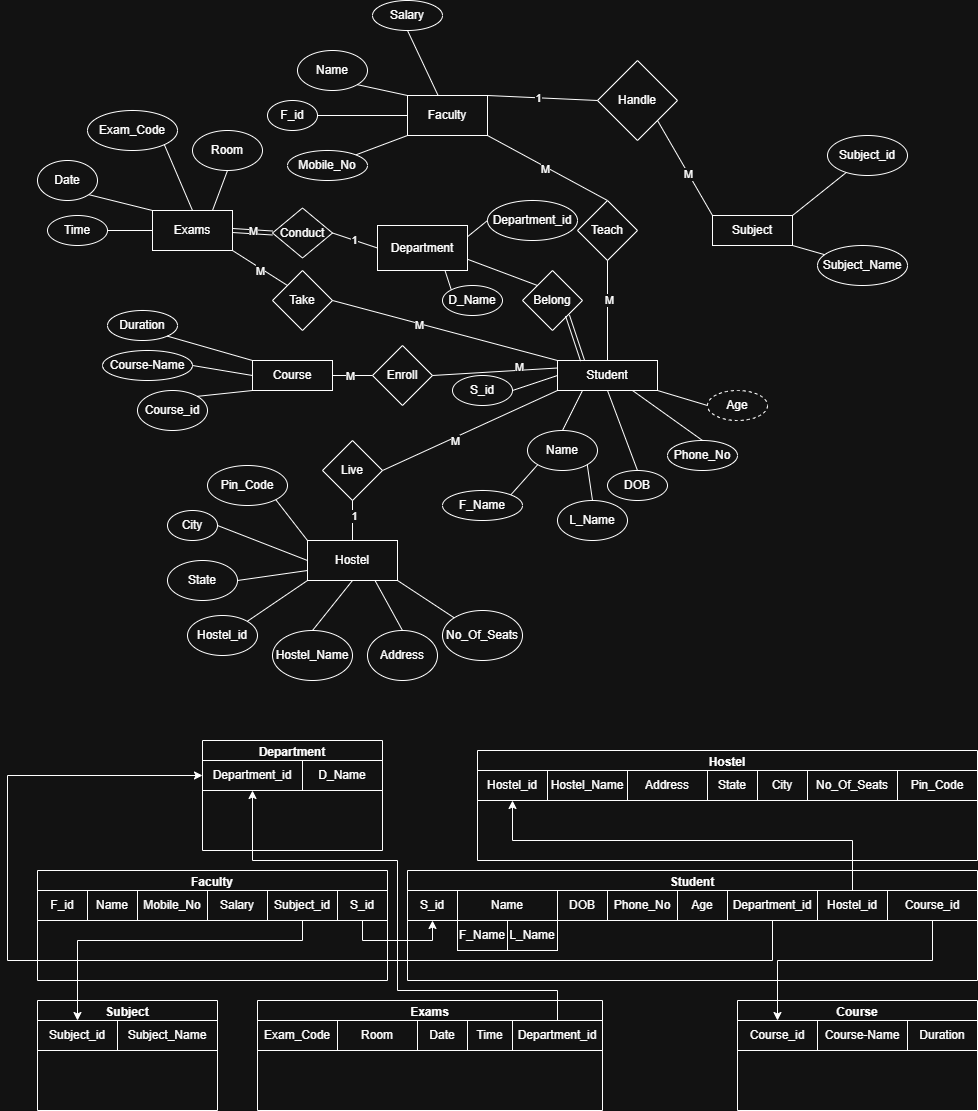
Above: ERD/CollegeERD&Mapping.drawio.png in HaroonAlQasmi/DataBaseLeaning (draw.io), before the change. Source tidied: cells renumbered, new cells last; positions are measured from the earlier drawing's top-left corner, leaving out a move shared by most shapes.
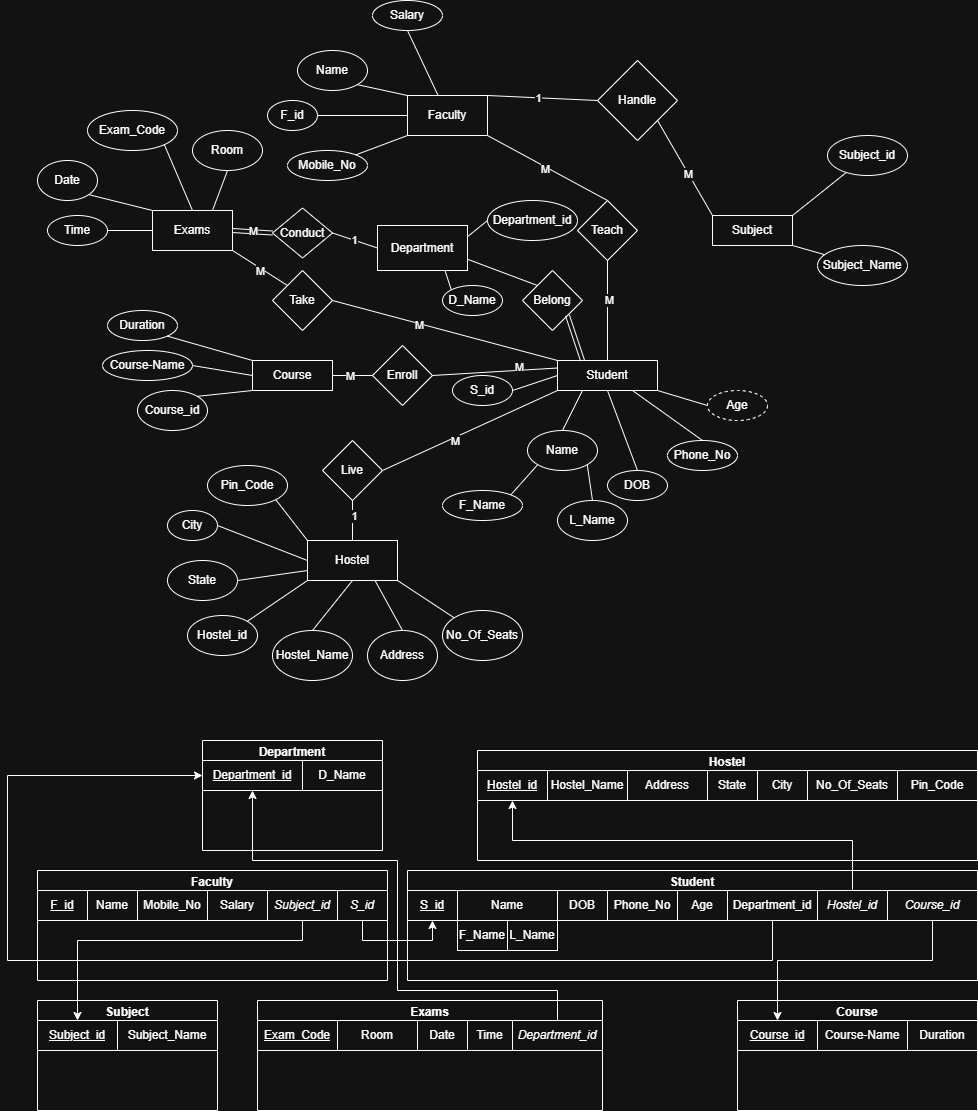
The same file after the commit.

Change to the diagram source:
```diff
@@ -302,7 +302,7 @@
     <mxCell id="101" value="Faculty" style="swimlane;whiteSpace=wrap;html=1;" parent="1" vertex="1">
       <mxGeometry x="30" y="870" width="350" height="110" as="geometry" />
     </mxCell>
-    <mxCell id="102" value="F_id" style="rounded=0;whiteSpace=wrap;html=1;" parent="101" vertex="1">
+    <mxCell id="102" value="&lt;u&gt;F_id&lt;/u&gt;" style="rounded=0;whiteSpace=wrap;html=1;" parent="101" vertex="1">
       <mxGeometry y="20" width="50" height="30" as="geometry" />
     </mxCell>
     <mxCell id="103" value="Name" style="rounded=0;whiteSpace=wrap;html=1;" parent="101" vertex="1">
@@ -314,16 +314,16 @@
     <mxCell id="105" value="Salary" style="rounded=0;whiteSpace=wrap;html=1;" parent="101" vertex="1">
       <mxGeometry x="170" y="20" width="60" height="30" as="geometry" />
     </mxCell>
-    <mxCell id="106" value="Subject_id" style="rounded=0;whiteSpace=wrap;html=1;" parent="101" vertex="1">
+    <mxCell id="106" value="&lt;i&gt;Subject_id&lt;/i&gt;" style="rounded=0;whiteSpace=wrap;html=1;" parent="101" vertex="1">
       <mxGeometry x="230" y="20" width="70" height="30" as="geometry" />
     </mxCell>
-    <mxCell id="107" value="S_id" style="rounded=0;whiteSpace=wrap;html=1;" parent="101" vertex="1">
+    <mxCell id="107" value="&lt;i&gt;S_id&lt;/i&gt;" style="rounded=0;whiteSpace=wrap;html=1;" parent="101" vertex="1">
       <mxGeometry x="300" y="20" width="50" height="30" as="geometry" />
     </mxCell>
     <mxCell id="108" value="Student" style="swimlane;whiteSpace=wrap;html=1;" parent="1" vertex="1">
       <mxGeometry x="400" y="870" width="570" height="110" as="geometry" />
     </mxCell>
-    <mxCell id="109" value="S_id" style="rounded=0;whiteSpace=wrap;html=1;" parent="108" vertex="1">
+    <mxCell id="109" value="&lt;u&gt;S_id&lt;/u&gt;" style="rounded=0;whiteSpace=wrap;html=1;" parent="108" vertex="1">
       <mxGeometry y="20" width="50" height="30" as="geometry" />
     </mxCell>
     <mxCell id="110" value="Name" style="rounded=0;whiteSpace=wrap;html=1;" parent="108" vertex="1">
@@ -347,16 +347,16 @@
     <mxCell id="116" value="Department_id" style="rounded=0;whiteSpace=wrap;html=1;" parent="108" vertex="1">
       <mxGeometry x="320" y="20" width="90" height="30" as="geometry" />
     </mxCell>
-    <mxCell id="117" value="Hostel_id" style="rounded=0;whiteSpace=wrap;html=1;" parent="108" vertex="1">
+    <mxCell id="117" value="&lt;i&gt;Hostel_id&lt;/i&gt;" style="rounded=0;whiteSpace=wrap;html=1;" parent="108" vertex="1">
       <mxGeometry x="410" y="20" width="70" height="30" as="geometry" />
     </mxCell>
-    <mxCell id="118" value="Course_id" style="rounded=0;whiteSpace=wrap;html=1;" parent="108" vertex="1">
+    <mxCell id="118" value="&lt;i&gt;Course_id&lt;/i&gt;" style="rounded=0;whiteSpace=wrap;html=1;" parent="108" vertex="1">
       <mxGeometry x="480" y="20" width="90" height="30" as="geometry" />
     </mxCell>
     <mxCell id="119" value="Department" style="swimlane;whiteSpace=wrap;html=1;" parent="1" vertex="1">
       <mxGeometry x="195" y="740" width="180" height="110" as="geometry" />
     </mxCell>
-    <mxCell id="120" value="Department_id" style="rounded=0;whiteSpace=wrap;html=1;" parent="119" vertex="1">
+    <mxCell id="120" value="&lt;u&gt;Department_id&lt;/u&gt;" style="rounded=0;whiteSpace=wrap;html=1;" parent="119" vertex="1">
       <mxGeometry y="20" width="100" height="30" as="geometry" />
     </mxCell>
     <mxCell id="121" value="D_Name" style="rounded=0;whiteSpace=wrap;html=1;" parent="119" vertex="1">
@@ -365,7 +365,7 @@
     <mxCell id="122" value="Course" style="swimlane;whiteSpace=wrap;html=1;" parent="1" vertex="1">
       <mxGeometry x="730" y="1000" width="240" height="110" as="geometry" />
     </mxCell>
-    <mxCell id="123" value="Course_id" style="rounded=0;whiteSpace=wrap;html=1;" parent="122" vertex="1">
+    <mxCell id="123" value="&lt;u&gt;Course_id&lt;/u&gt;" style="rounded=0;whiteSpace=wrap;html=1;" parent="122" vertex="1">
       <mxGeometry y="20" width="80" height="30" as="geometry" />
     </mxCell>
     <mxCell id="124" value="Course-Name" style="rounded=0;whiteSpace=wrap;html=1;" parent="122" vertex="1">
@@ -377,7 +377,7 @@
     <mxCell id="126" value="Subject" style="swimlane;whiteSpace=wrap;html=1;" parent="1" vertex="1">
       <mxGeometry x="30" y="1000" width="180" height="110" as="geometry" />
     </mxCell>
-    <mxCell id="127" value="Subject_id" style="rounded=0;whiteSpace=wrap;html=1;" parent="126" vertex="1">
+    <mxCell id="127" value="&lt;u&gt;Subject_id&lt;/u&gt;" style="rounded=0;whiteSpace=wrap;html=1;" parent="126" vertex="1">
       <mxGeometry y="20" width="80" height="30" as="geometry" />
     </mxCell>
     <mxCell id="128" value="Subject_Name" style="rounded=0;whiteSpace=wrap;html=1;" parent="126" vertex="1">
@@ -386,7 +386,7 @@
     <mxCell id="129" value="Exams" style="swimlane;whiteSpace=wrap;html=1;" parent="1" vertex="1">
       <mxGeometry x="250" y="1000" width="345" height="110" as="geometry" />
     </mxCell>
-    <mxCell id="130" value="Exam_Code" style="rounded=0;whiteSpace=wrap;html=1;" parent="129" vertex="1">
+    <mxCell id="130" value="&lt;u&gt;Exam_Code&lt;/u&gt;" style="rounded=0;whiteSpace=wrap;html=1;" parent="129" vertex="1">
       <mxGeometry y="20" width="80" height="30" as="geometry" />
     </mxCell>
     <mxCell id="131" value="Room" style="rounded=0;whiteSpace=wrap;html=1;" parent="129" vertex="1">
@@ -398,13 +398,13 @@
     <mxCell id="133" value="Time" style="rounded=0;whiteSpace=wrap;html=1;" parent="129" vertex="1">
       <mxGeometry x="210" y="20" width="45" height="30" as="geometry" />
     </mxCell>
-    <mxCell id="134" value="Department_id" style="rounded=0;whiteSpace=wrap;html=1;" parent="129" vertex="1">
+    <mxCell id="134" value="&lt;i&gt;Department_id&lt;/i&gt;" style="rounded=0;whiteSpace=wrap;html=1;" parent="129" vertex="1">
       <mxGeometry x="255" y="20" width="90" height="30" as="geometry" />
     </mxCell>
     <mxCell id="135" value="Hostel" style="swimlane;whiteSpace=wrap;html=1;" parent="1" vertex="1">
       <mxGeometry x="470" y="750" width="500" height="110" as="geometry" />
     </mxCell>
-    <mxCell id="136" value="Hostel_id" style="rounded=0;whiteSpace=wrap;html=1;" parent="135" vertex="1">
+    <mxCell id="136" value="&lt;u&gt;Hostel_id&lt;/u&gt;" style="rounded=0;whiteSpace=wrap;html=1;" parent="135" vertex="1">
       <mxGeometry y="20" width="70" height="30" as="geometry" />
     </mxCell>
     <mxCell id="137" value="Hostel_Name" style="rounded=0;whiteSpace=wrap;html=1;" parent="135" vertex="1">
```
